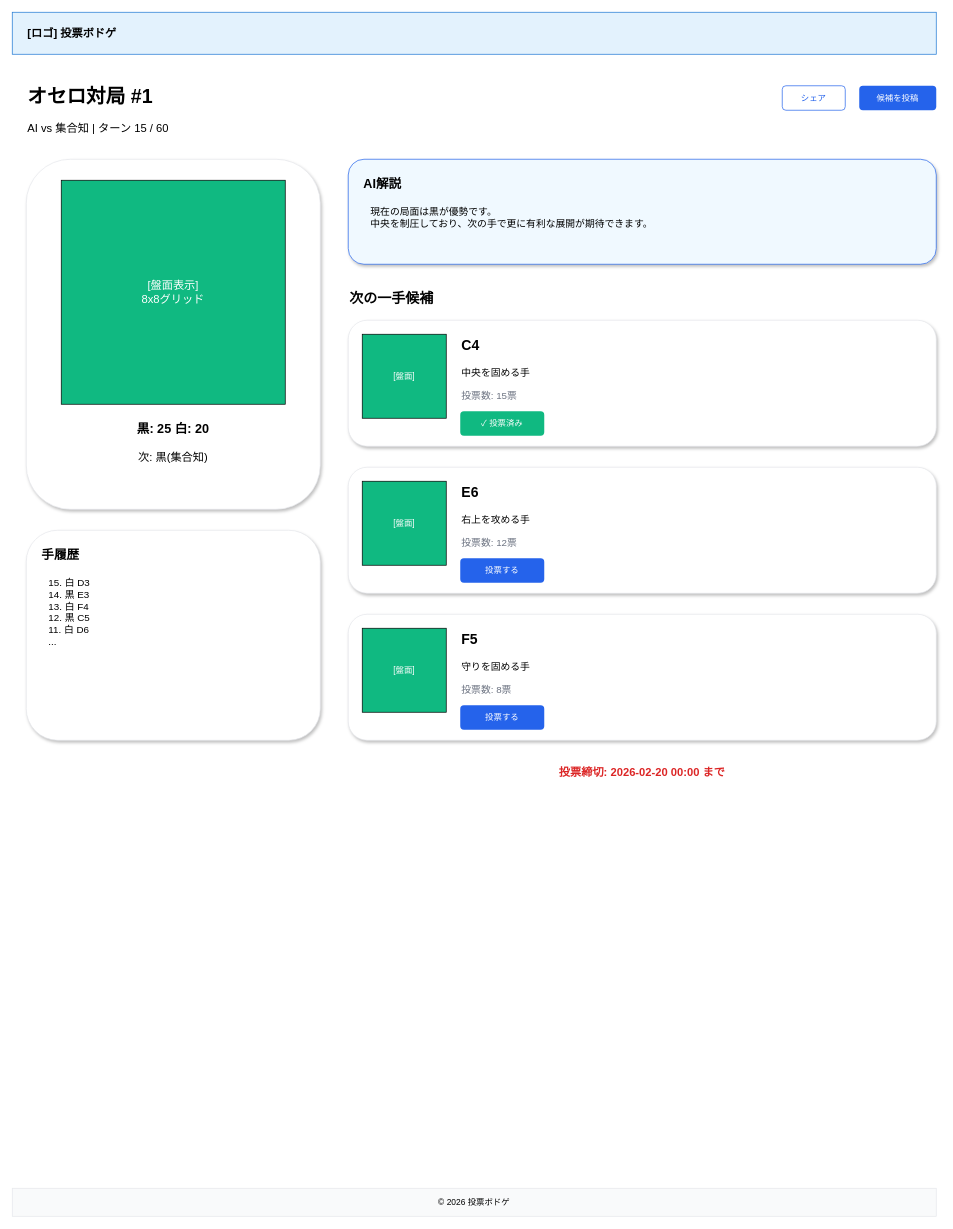
Earlier version of the draw.io diagram docs/wireframes/07-game-detail.drawio (satoshi256kbyte/vote-board-game). Source tidied: cells renumbered, new cells numbered last; positions are measured from the earlier drawing's top-left corner, leaving out a move shared by most shapes. Both pictures are drawn from the tidied source at 70%, with x=0, y=0 at pixel (12, 12).
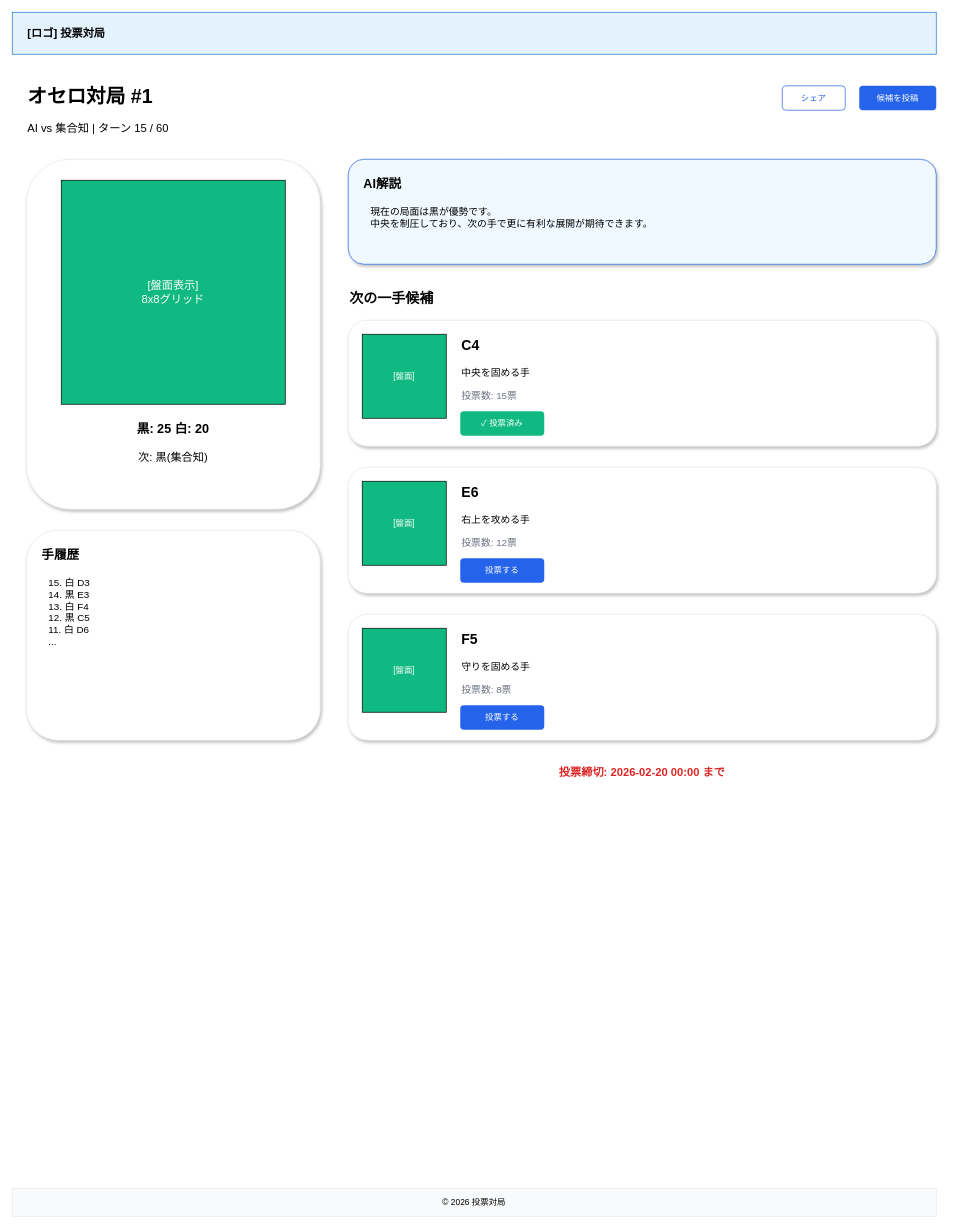
After the change.

Change to the diagram source:
```diff
@@
-    <mxCell id="3" value="[ロゴ] 投票ボドゲ" style="text;html=1;strokeColor=none;fillColor=none;align=left;verticalAlign=middle;whiteSpace=wrap;rounded=0;fontSize=16;fontStyle=1;" parent="1" vertex="1">
+    <mxCell id="3" value="[ロゴ] 投票対局" style="text;html=1;strokeColor=none;fillColor=none;align=left;verticalAlign=middle;whiteSpace=wrap;rounded=0;fontSize=16;fontStyle=1;" parent="1" vertex="1">
       <mxGeometry x="20" y="15" width="200" height="30" as="geometry" />
     </mxCell>
@@
-    <mxCell id="40" value="© 2026 投票ボドゲ" style="rounded=0;whiteSpace=wrap;html=1;fillColor=#f9fafb;strokeColor=#e5e7eb;align=center;" parent="1" vertex="1">
+    <mxCell id="40" value="© 2026 投票対局" style="rounded=0;whiteSpace=wrap;html=1;fillColor=#f9fafb;strokeColor=#e5e7eb;align=center;" parent="1" vertex="1">
       <mxGeometry y="1680" width="1320" height="40" as="geometry" />
     </mxCell>
```
